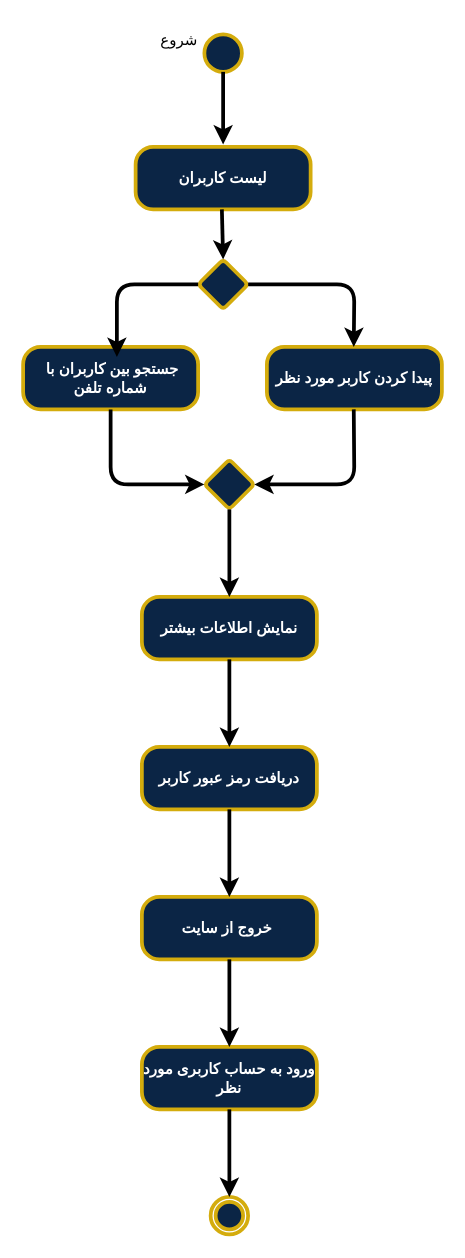
Earlier version of the draw.io diagram page "Login as" (4 of 4) of Documentation/Analysis/Modeling/Functional Models/Super Admin/super_admin_Activity_diagram_fixed3_.drawio (TnT74K/Project-SAD). Source tidied: cells renumbered, new cells numbered last; positions are measured from the earlier drawing's top-left corner, leaving out a move shared by most shapes. Both pictures are drawn from the tidied source at 125%, with x=0, y=0 at pixel (22, 21).
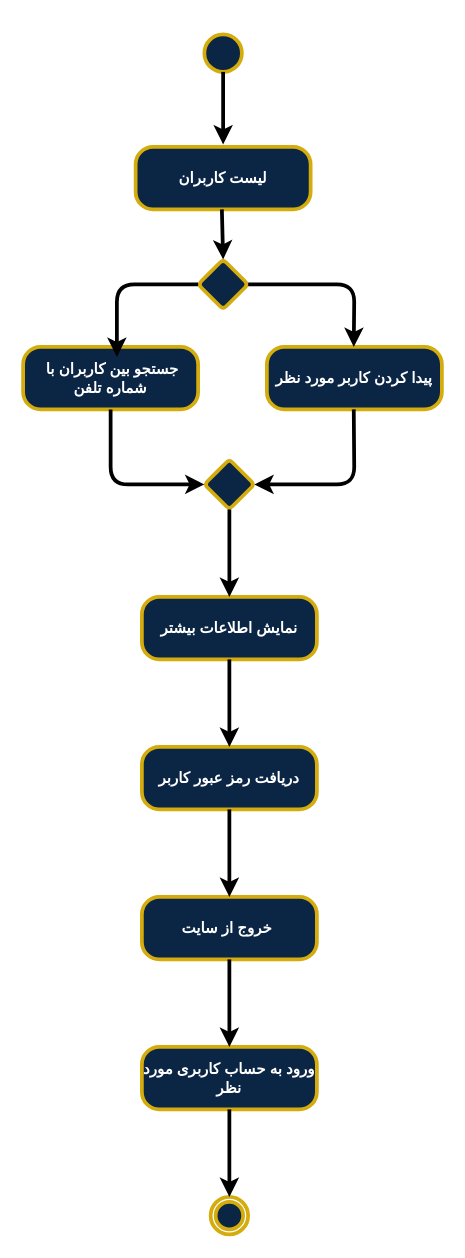
After the change.

The edit, as a diff of the source:
```diff
@@
-    <mxCell id="3" value="&lt;font face=&quot;zain&quot;&gt;شروع&lt;/font&gt;" style="text;html=1;whiteSpace=wrap;strokeColor=none;fillColor=none;align=center;verticalAlign=middle;rounded=0;" parent="1" vertex="1">
-      <mxGeometry x="95" width="60" height="30" as="geometry" />
-    </mxCell>
```
